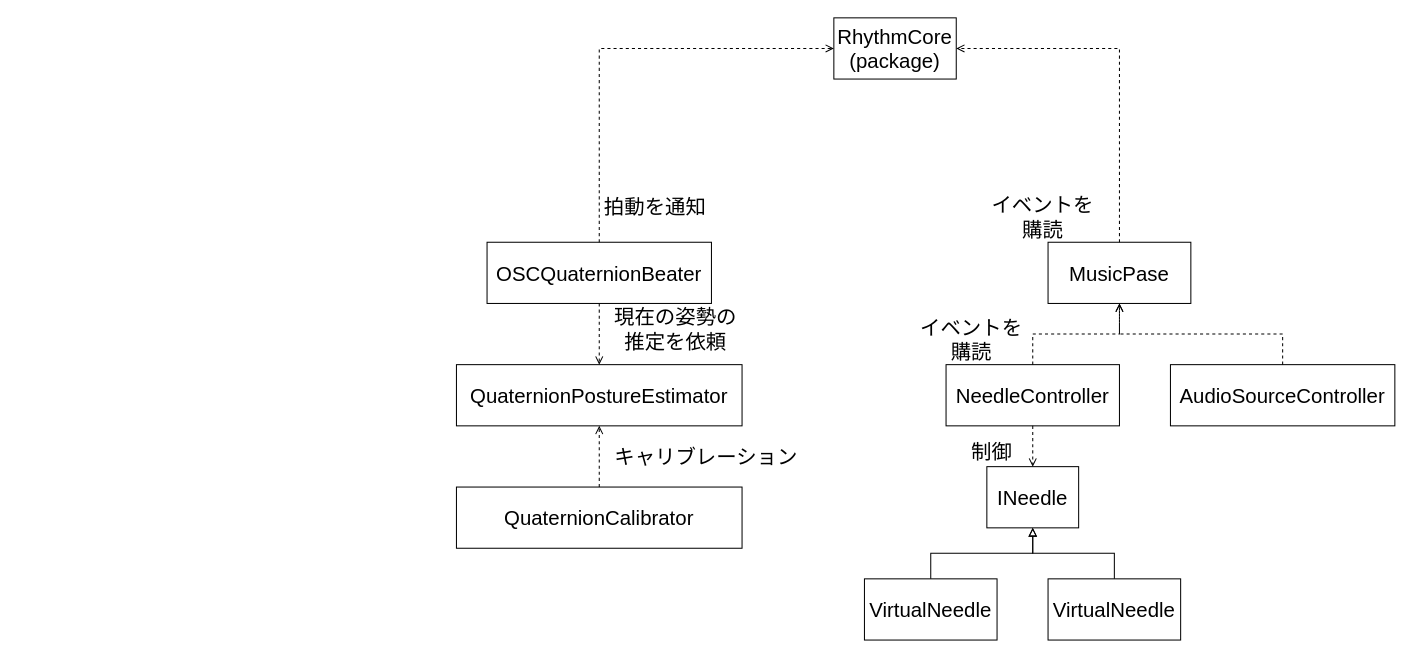
Dumble009/BeatSystem keeps this draw.io diagram as Designs/Application_ClassDiagram.drawio. Above is the earlier version. Source tidied: cells renumbered, new cells numbered last; positions are measured from the earlier drawing's top-left corner, leaving out a move shared by most shapes. Both pictures are drawn from the tidied source at 102%, with x=0, y=0 at pixel (456, 17).
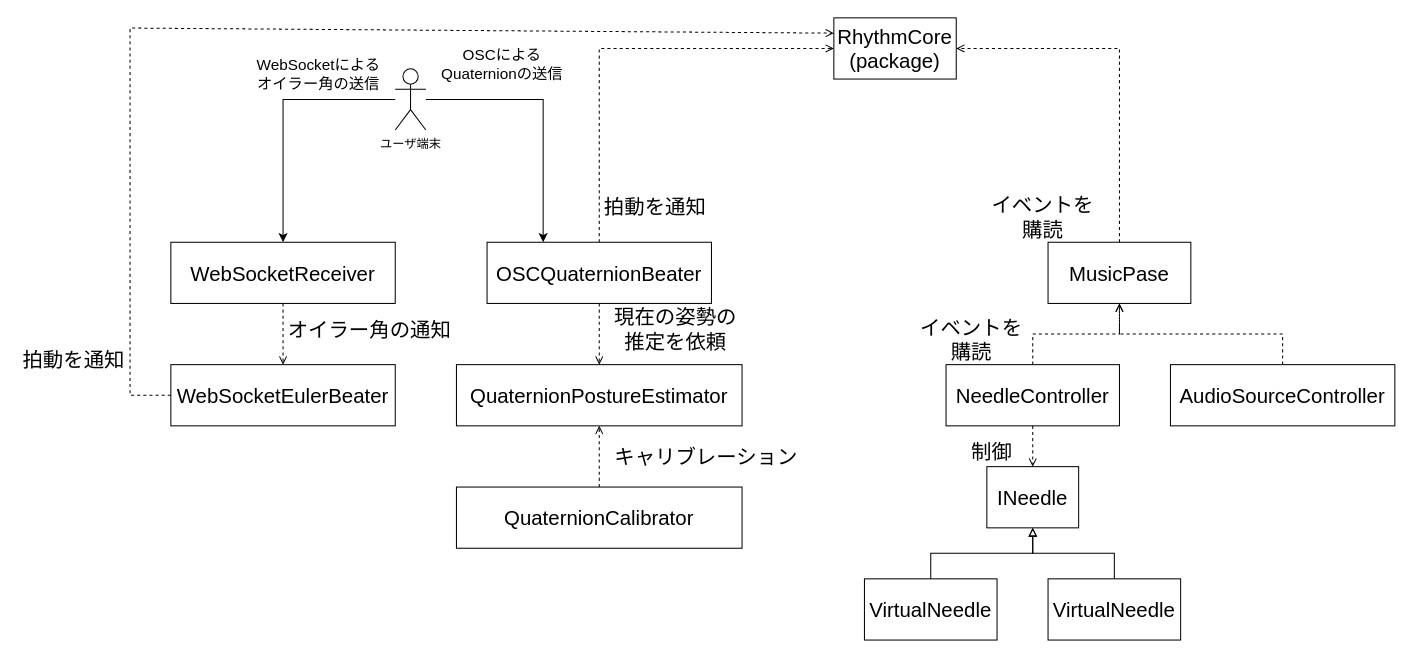
The same diagram, later.

The change refers to these unchanged cells:
```xml
<mxCell id="2" value="RhythmCore&lt;br&gt;(package)" style="rounded=0;whiteSpace=wrap;html=1;fontSize=20;" parent="1" vertex="1">
  <mxGeometry x="370" width="120" height="60" as="geometry" />
</mxCell>
<mxCell id="3" value="OSCQuaternionBeater" style="rounded=0;whiteSpace=wrap;html=1;fontSize=20;" parent="1" vertex="1">
  <mxGeometry x="30" y="220" width="220" height="60" as="geometry" />
</mxCell>
```

Diff of the diagram source:
```diff
@@
+    <mxCell id="27" value="ユーザ端末" style="shape=umlActor;verticalLabelPosition=bottom;verticalAlign=top;html=1;outlineConnect=0;" parent="1" vertex="1">
+      <mxGeometry x="-60" y="50" width="30" height="60" as="geometry" />
+    </mxCell>
+    <mxCell id="28" style="endArrow=classic;html=1;rounded=0;entryX=0.25;entryY=0;entryDx=0;entryDy=0;" parent="1" edge="1" source="27" target="3">
+      <mxGeometry relative="1" as="geometry">
+        <Array as="points">
+          <mxPoint x="85" y="80" />
+        </Array>
+      </mxGeometry>
+    </mxCell>
+    <mxCell id="29" value="OSCによるQuaternionの送信" style="text;html=1;strokeColor=none;fillColor=none;align=center;verticalAlign=middle;whiteSpace=wrap;rounded=0;fontSize=15;" parent="1" vertex="1">
+      <mxGeometry x="-20" y="30" width="130" height="30" as="geometry" />
+    </mxCell>
+    <mxCell id="30" value="WebSocketReceiver" style="rounded=0;whiteSpace=wrap;html=1;fontSize=20;" parent="1" vertex="1">
+      <mxGeometry x="-280" y="220" width="220" height="60" as="geometry" />
+    </mxCell>
+    <mxCell id="31" style="endArrow=classic;html=1;rounded=0;entryX=0.5;entryY=0;entryDx=0;entryDy=0;" parent="1" edge="1" source="27" target="30">
+      <mxGeometry relative="1" as="geometry">
+        <Array as="points">
+          <mxPoint x="-170" y="80" />
+        </Array>
+      </mxGeometry>
+    </mxCell>
+    <mxCell id="32" value="WebSocketによるオイラー角の送信" style="text;html=1;strokeColor=none;fillColor=none;align=center;verticalAlign=middle;whiteSpace=wrap;rounded=0;fontSize=15;" parent="1" vertex="1">
+      <mxGeometry x="-200" y="40" width="130" height="30" as="geometry" />
+    </mxCell>
+    <mxCell id="33" value="WebSocketEulerBeater" style="rounded=0;whiteSpace=wrap;html=1;fontSize=20;" parent="1" vertex="1">
+      <mxGeometry x="-280" y="340" width="220" height="60" as="geometry" />
+    </mxCell>
+    <mxCell id="34" style="endArrow=open;html=1;rounded=0;dashed=1;fontSize=20;entryX=0.5;entryY=0;entryDx=0;entryDy=0;endFill=0;exitX=0.5;exitY=1;exitDx=0;exitDy=0;" parent="1" edge="1" source="30" target="33">
+      <mxGeometry relative="1" as="geometry" />
+    </mxCell>
+    <mxCell id="35" value="オイラー角の通知" style="text;html=1;strokeColor=none;fillColor=none;align=center;verticalAlign=middle;whiteSpace=wrap;rounded=0;fontSize=20;" parent="1" vertex="1">
+      <mxGeometry x="-170" y="290" width="170" height="30" as="geometry" />
+    </mxCell>
+    <mxCell id="36" style="endArrow=open;html=1;rounded=0;dashed=1;fontSize=20;exitX=0;exitY=0.5;exitDx=0;exitDy=0;entryX=0;entryY=0.25;entryDx=0;entryDy=0;endFill=0;" parent="1" edge="1" source="33" target="2">
+      <mxGeometry relative="1" as="geometry">
+        <Array as="points">
+          <mxPoint x="-320" y="370" />
+          <mxPoint x="-320" y="10" />
+        </Array>
+      </mxGeometry>
+    </mxCell>
+    <mxCell id="37" value="拍動を通知" style="text;html=1;strokeColor=none;fillColor=none;align=center;verticalAlign=middle;whiteSpace=wrap;rounded=0;fontSize=20;" parent="1" vertex="1">
+      <mxGeometry x="-430" y="320" width="110" height="30" as="geometry" />
+    </mxCell>
```
